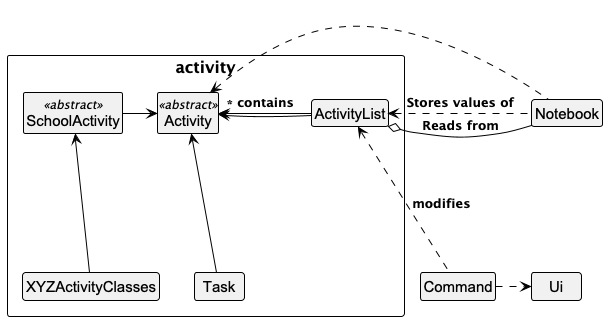
Earlier version of the PlantUML export docs/images/Activity_component.png (Kennahh/tp).
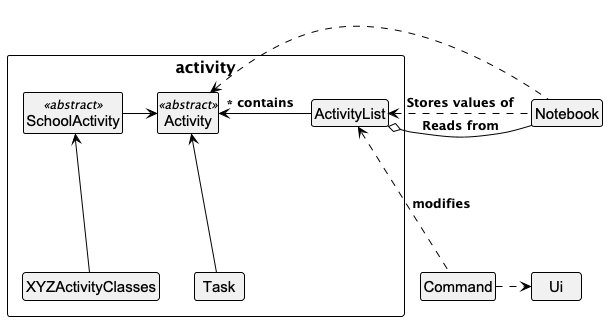
The same file after the commit.

What changed in the source:
```diff
@@ -21,9 +21,8 @@
 
 
 Notebook -left..> Activity
-ActivityList -left--> Activity
 SchoolActivity -right--> Activity
-ActivityList -->"*" Activity : contains
+ActivityList -left-->"*" Activity : contains
 Task -up-->Activity
 XYZActivityClasses -up-->SchoolActivity
 Notebook -left...> ActivityList : Stores values of
```
